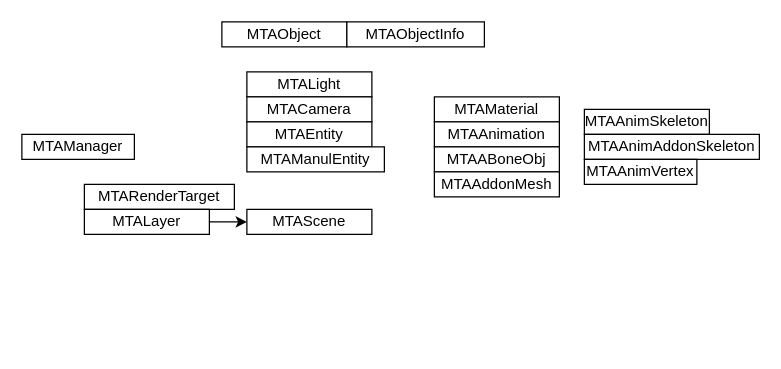
Before: SceneKit.drawio in loleng/mediatools, a draw.io diagram. Source tidied: cells renumbered, new cells numbered last; positions are measured from the earlier drawing's top-left corner, leaving out a move shared by most shapes. Both pictures are drawn from the tidied source at 125%, with x=0, y=0 at pixel (21, 21).
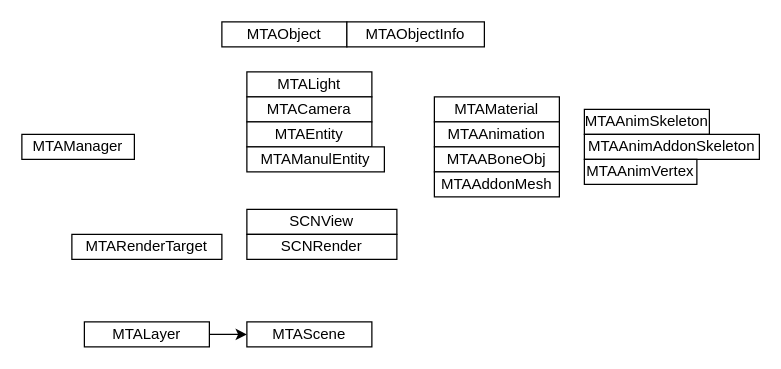
The same page after the edit.

Diff of the diagram source:
```diff
@@
     <mxCell id="3" value="MTARenderTarget" style="whiteSpace=wrap;html=1;" parent="1" vertex="1">
-      <mxGeometry x="50" y="130" width="120" height="20" as="geometry" />
+      <mxGeometry x="40" y="170" width="120" height="20" as="geometry" />
     </mxCell>
@@
     <mxCell id="11" value="MTALayer" style="whiteSpace=wrap;html=1;" parent="1" vertex="1">
-      <mxGeometry x="50" y="150" width="100" height="20" as="geometry" />
+      <mxGeometry x="50" y="240" width="100" height="20" as="geometry" />
     </mxCell>
     <mxCell id="12" value="MTAScene" style="whiteSpace=wrap;html=1;" parent="1" vertex="1">
-      <mxGeometry x="180" y="150" width="100" height="20" as="geometry" />
+      <mxGeometry x="180" y="240" width="100" height="20" as="geometry" />
     </mxCell>
@@
+    <mxCell id="20" value="SCNView" style="whiteSpace=wrap;html=1;" parent="1" vertex="1">
+      <mxGeometry x="180" y="150" width="120" height="20" as="geometry" />
+    </mxCell>
+    <mxCell id="21" value="SCNRender" style="whiteSpace=wrap;html=1;" parent="1" vertex="1">
+      <mxGeometry x="180" y="170" width="120" height="20" as="geometry" />
+    </mxCell>
```
